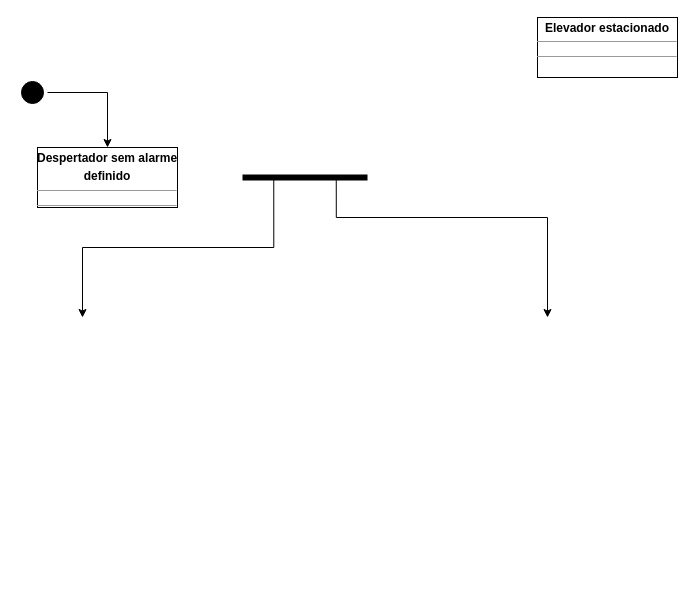
This is Exercício 08 - Diagrama de Estado.drawio from bruniculos08/AMS0001, a draw.io file, before an edit. Source tidied: cells renumbered, new cells numbered last; positions are measured from the earlier drawing's top-left corner, leaving out a move shared by most shapes. Both pictures are drawn from the tidied source at 100%, with x=0, y=0 at pixel (17, 17).
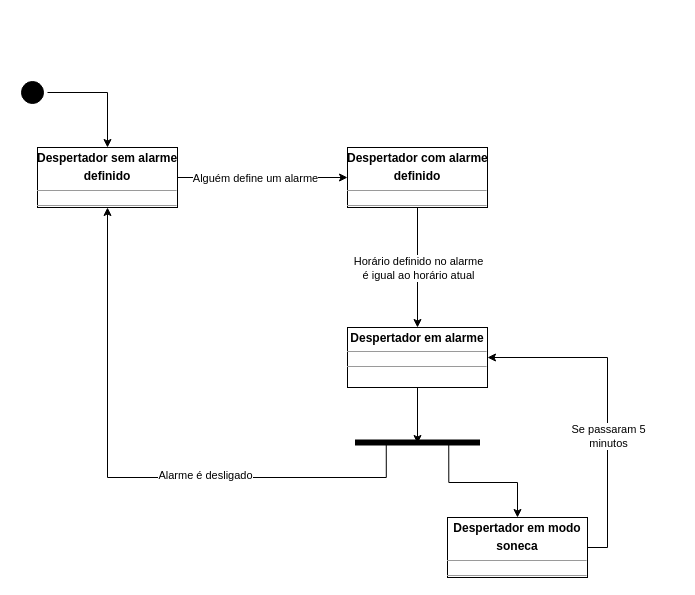
Above is the later version.

The change refers to these unchanged cells:
```xml
<mxCell id="8" value="&lt;p style=&quot;margin: 0px ; margin-top: 4px ; text-align: center&quot;&gt;&lt;b&gt;Despertador sem alarme&lt;/b&gt;&lt;/p&gt;&lt;p style=&quot;margin: 0px ; margin-top: 4px ; text-align: center&quot;&gt;&lt;b&gt;definido&lt;/b&gt;&lt;/p&gt;&lt;hr size=&quot;1&quot;&gt;&lt;div style=&quot;height: 2px&quot;&gt;&lt;/div&gt;&lt;hr size=&quot;1&quot;&gt;&lt;div style=&quot;height: 2px&quot;&gt;&lt;/div&gt;" style="verticalAlign=top;align=left;overflow=fill;fontSize=12;fontFamily=Helvetica;html=1;strokeColor=#000000;" parent="1" vertex="1">
  <mxGeometry x="20" y="130" width="140" height="60" as="geometry" />
</mxCell>
```

Change to the diagram source:
```diff
@@
-    <mxCell id="4" style="edgeStyle=orthogonalEdgeStyle;rounded=0;jettySize=auto;html=1;exitX=0.25;exitY=0.5;exitDx=0;exitDy=0;exitPerimeter=0;entryX=0.5;entryY=0;entryDx=0;entryDy=0;" parent="1" edge="1" source="6">
-      <mxGeometry relative="1" as="geometry">
-        <mxPoint x="65" y="300" as="targetPoint" />
-        <Array as="points">
-          <mxPoint x="256" y="230" />
-          <mxPoint x="65" y="230" />
-        </Array>
-      </mxGeometry>
-    </mxCell>
-    <mxCell id="5" style="edgeStyle=orthogonalEdgeStyle;rounded=0;jettySize=auto;html=1;exitX=0.75;exitY=0.5;exitDx=0;exitDy=0;exitPerimeter=0;" parent="1" edge="1" source="6">
-      <mxGeometry relative="1" as="geometry">
-        <mxPoint x="530" y="300" as="targetPoint" />
-        <Array as="points">
-          <mxPoint x="319" y="200" />
-          <mxPoint x="530" y="200" />
-        </Array>
-      </mxGeometry>
-    </mxCell>
-    <mxCell id="6" style="shape=line;html=1;strokeWidth=6;strokeColor=#000000;" parent="1" vertex="1">
-      <mxGeometry x="225" y="155" width="125" height="10" as="geometry" />
-    </mxCell>
-    <mxCell id="7" value="&lt;p style=&quot;margin: 0px ; margin-top: 4px ; text-align: center&quot;&gt;&lt;b&gt;Elevador estacionado&lt;/b&gt;&lt;/p&gt;&lt;hr size=&quot;1&quot;&gt;&lt;div style=&quot;height: 2px&quot;&gt;&lt;/div&gt;&lt;hr size=&quot;1&quot;&gt;&lt;div style=&quot;height: 2px&quot;&gt;&lt;/div&gt;" style="verticalAlign=top;align=left;overflow=fill;fontSize=12;fontFamily=Helvetica;html=1;strokeColor=#000000;" parent="1" vertex="1">
-      <mxGeometry x="520" width="140" height="60" as="geometry" />
-    </mxCell>
+    <mxCell id="9" style="edgeStyle=orthogonalEdgeStyle;rounded=0;jettySize=auto;html=1;exitX=1;exitY=0.5;exitDx=0;exitDy=0;entryX=0;entryY=0.5;entryDx=0;entryDy=0;" parent="1" edge="1" source="8" target="13">
+      <mxGeometry relative="1" as="geometry" />
+    </mxCell>
+    <mxCell id="10" value="Alguém define um alarme" style="edgeLabel;html=1;align=center;verticalAlign=middle;" parent="9" vertex="1">
+      <mxGeometry x="-0.32" y="2" relative="1" as="geometry">
+        <mxPoint x="19" y="2" as="offset" />
+      </mxGeometry>
+    </mxCell>
@@
+    <mxCell id="11" style="edgeStyle=orthogonalEdgeStyle;rounded=0;jettySize=auto;html=1;exitX=0.5;exitY=1;exitDx=0;exitDy=0;" parent="1" edge="1" source="13" target="15">
+      <mxGeometry relative="1" as="geometry" />
+    </mxCell>
+    <mxCell id="12" value="Horário definido no alarme&lt;br&gt;é igual ao horário atual" style="edgeLabel;html=1;align=center;verticalAlign=middle;" parent="11" vertex="1">
+      <mxGeometry x="0.18" relative="1" as="geometry">
+        <mxPoint y="-11" as="offset" />
+      </mxGeometry>
+    </mxCell>
+    <mxCell id="13" value="&lt;p style=&quot;margin: 0px ; margin-top: 4px ; text-align: center&quot;&gt;&lt;b&gt;Despertador com alarme&lt;/b&gt;&lt;/p&gt;&lt;p style=&quot;margin: 0px ; margin-top: 4px ; text-align: center&quot;&gt;&lt;b&gt;definido&lt;/b&gt;&lt;/p&gt;&lt;hr size=&quot;1&quot;&gt;&lt;div style=&quot;height: 2px&quot;&gt;&lt;/div&gt;&lt;hr size=&quot;1&quot;&gt;&lt;div style=&quot;height: 2px&quot;&gt;&lt;/div&gt;" style="verticalAlign=top;align=left;overflow=fill;fontSize=12;fontFamily=Helvetica;html=1;strokeColor=#000000;" parent="1" vertex="1">
+      <mxGeometry x="330" y="130" width="140" height="60" as="geometry" />
+    </mxCell>
+    <mxCell id="14" style="edgeStyle=orthogonalEdgeStyle;rounded=0;jettySize=auto;html=1;exitX=0.5;exitY=1;exitDx=0;exitDy=0;entryX=0.5;entryY=0.6;entryDx=0;entryDy=0;entryPerimeter=0;" parent="1" edge="1" source="15" target="19">
+      <mxGeometry relative="1" as="geometry" />
+    </mxCell>
+    <mxCell id="15" value="&lt;p style=&quot;margin: 0px ; margin-top: 4px ; text-align: center&quot;&gt;&lt;b&gt;Despertador em alarme&lt;/b&gt;&lt;/p&gt;&lt;hr size=&quot;1&quot;&gt;&lt;div style=&quot;height: 2px&quot;&gt;&lt;/div&gt;&lt;hr size=&quot;1&quot;&gt;&lt;div style=&quot;height: 2px&quot;&gt;&lt;/div&gt;" style="verticalAlign=top;align=left;overflow=fill;fontSize=12;fontFamily=Helvetica;html=1;strokeColor=#000000;" parent="1" vertex="1">
+      <mxGeometry x="330" y="310" width="140" height="60" as="geometry" />
+    </mxCell>
+    <mxCell id="16" style="edgeStyle=orthogonalEdgeStyle;rounded=0;jettySize=auto;html=1;exitX=0.25;exitY=0.5;exitDx=0;exitDy=0;exitPerimeter=0;" parent="1" edge="1" source="19" target="8">
+      <mxGeometry relative="1" as="geometry">
+        <Array as="points">
+          <mxPoint x="369" y="460" />
+          <mxPoint x="90" y="460" />
+        </Array>
+      </mxGeometry>
+    </mxCell>
+    <mxCell id="17" value="Alarme é desligado" style="edgeLabel;html=1;align=center;verticalAlign=middle;" parent="16" vertex="1">
+      <mxGeometry x="-0.26" y="-3" relative="1" as="geometry" />
+    </mxCell>
+    <mxCell id="18" style="edgeStyle=orthogonalEdgeStyle;rounded=0;jettySize=auto;html=1;exitX=0.75;exitY=0.5;exitDx=0;exitDy=0;exitPerimeter=0;" parent="1" edge="1" source="19" target="22">
+      <mxGeometry relative="1" as="geometry" />
+    </mxCell>
+    <mxCell id="19" style="shape=line;html=1;strokeWidth=6;strokeColor=#000000;" parent="1" vertex="1">
+      <mxGeometry x="337.5" y="420" width="125" height="10" as="geometry" />
+    </mxCell>
+    <mxCell id="20" style="edgeStyle=orthogonalEdgeStyle;rounded=0;jettySize=auto;html=1;exitX=1;exitY=0.5;exitDx=0;exitDy=0;entryX=1;entryY=0.5;entryDx=0;entryDy=0;" parent="1" edge="1" source="22" target="15">
+      <mxGeometry relative="1" as="geometry" />
+    </mxCell>
+    <mxCell id="21" value="Se passaram 5&lt;br&gt;minutos" style="edgeLabel;html=1;align=center;verticalAlign=middle;" parent="20" vertex="1">
+      <mxGeometry x="-0.2" relative="1" as="geometry" />
+    </mxCell>
+    <mxCell id="22" value="&lt;p style=&quot;margin: 0px ; margin-top: 4px ; text-align: center&quot;&gt;&lt;b&gt;Despertador em modo&lt;/b&gt;&lt;/p&gt;&lt;p style=&quot;margin: 0px ; margin-top: 4px ; text-align: center&quot;&gt;&lt;b&gt;soneca&lt;/b&gt;&lt;/p&gt;&lt;hr size=&quot;1&quot;&gt;&lt;div style=&quot;height: 2px&quot;&gt;&lt;/div&gt;&lt;hr size=&quot;1&quot;&gt;&lt;div style=&quot;height: 2px&quot;&gt;&lt;/div&gt;" style="verticalAlign=top;align=left;overflow=fill;fontSize=12;fontFamily=Helvetica;html=1;strokeColor=#000000;" parent="1" vertex="1">
+      <mxGeometry x="430" y="500" width="140" height="60" as="geometry" />
+    </mxCell>
```
